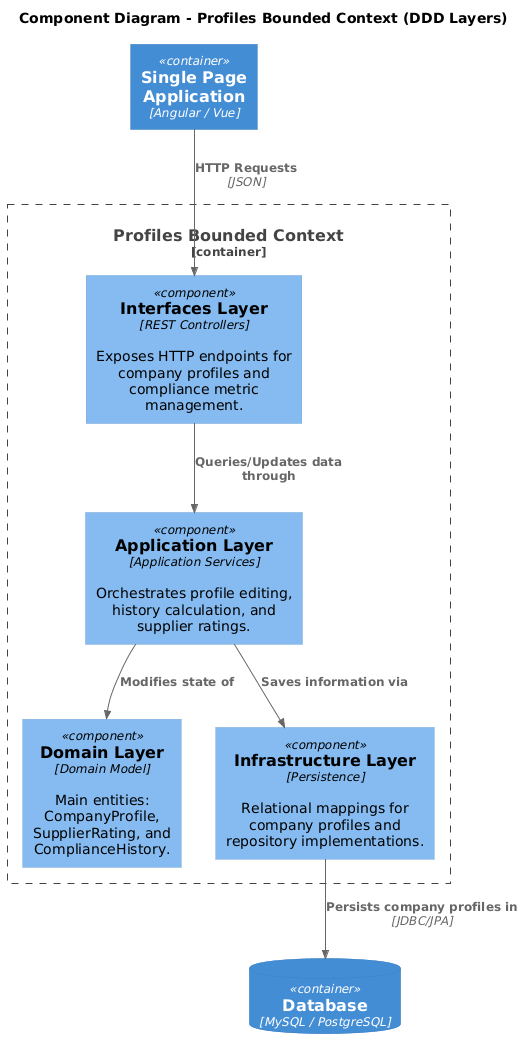
Before: assets/md-images-chapter4/component-diagram-profiles-bounded-context.png, a diagram exported from PlantUML (upc-pre-202620-1asi0729-7750-cleancode/maquigest-report).
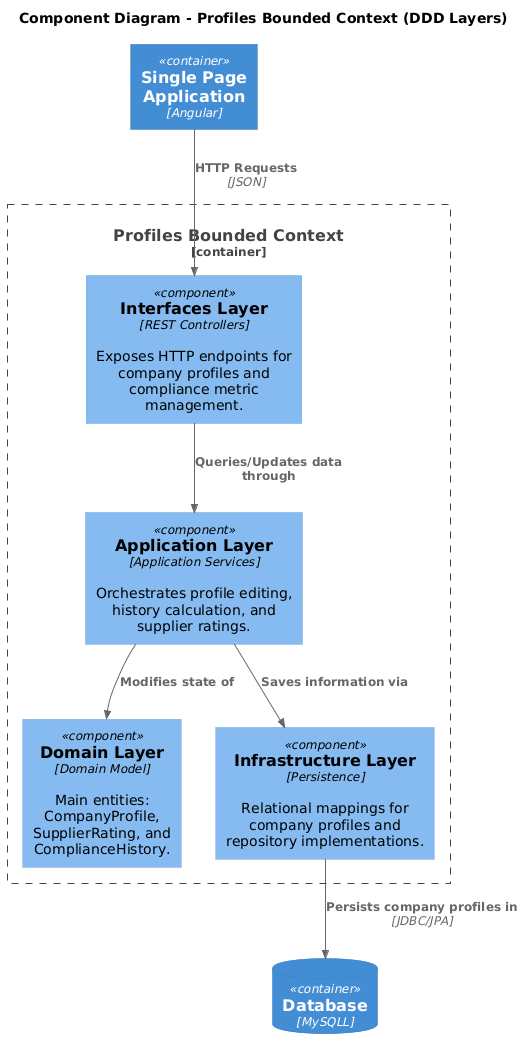
After the commit.

Commit message:
docs(component-diagram): add detailed rentals bounded context.

Change to the diagram source:
```diff
@@ -3,8 +3,8 @@
 
 title Component Diagram - Profiles Bounded Context (DDD Layers)
 
-Container(spa, "Single Page Application", "Angular / Vue")
-ContainerDb(db, "Database", "MySQL / PostgreSQL")
+Container(spa, "Single Page Application", "Angular")
+ContainerDb(db, "Database", "MySQLL")
 
 Container_Boundary(profiles_bc, "Profiles Bounded Context") {
     Component(interfaces, "Interfaces Layer", "REST Controllers", "Exposes HTTP endpoints for company profiles and compliance metric management.")
```
